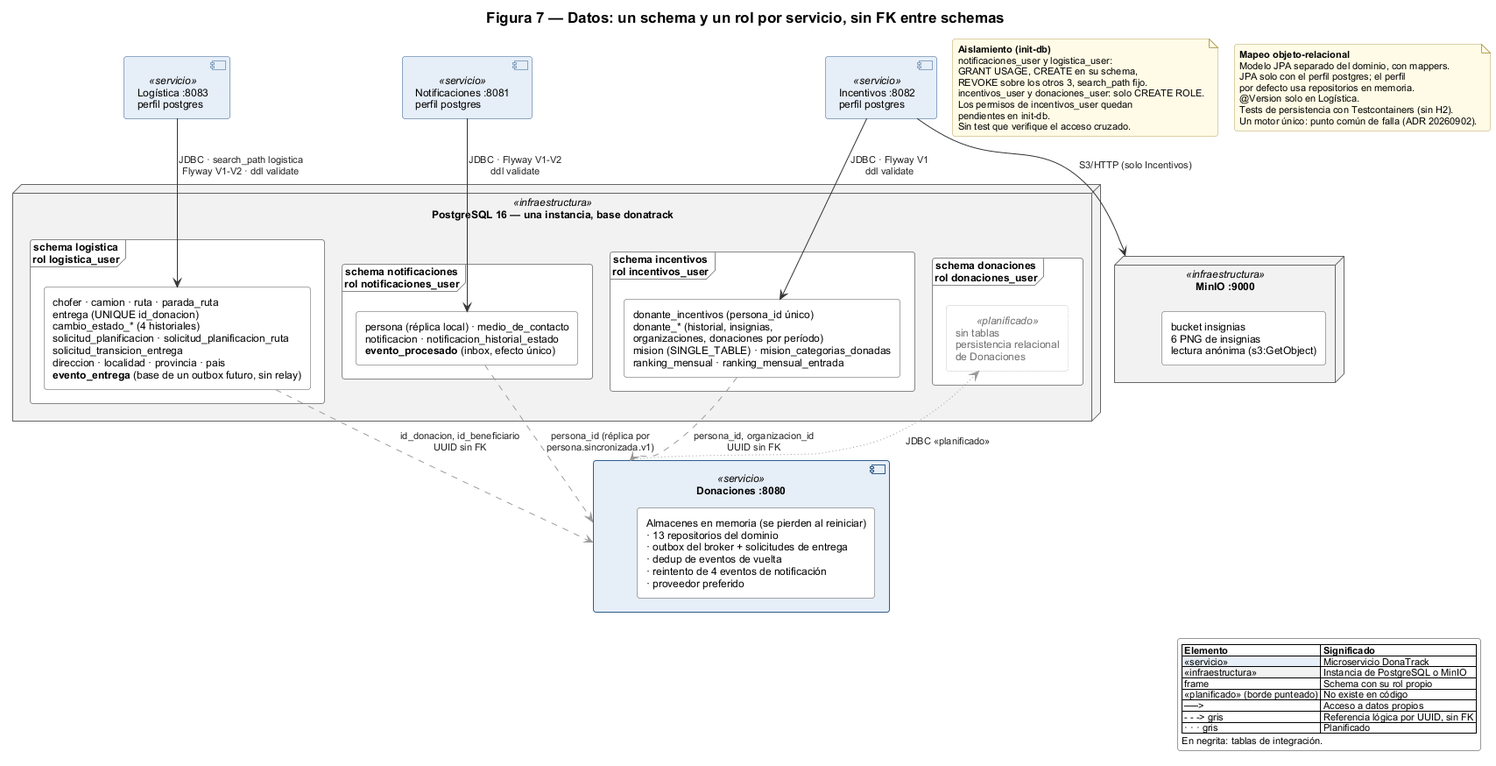
Above: docs/entrega-4/arquitectura/diagramas/07-datos.png in tsorren/DonaTrack-TP-DDS (PlantUML), before the change. The source it was exported from:
```plantuml
@startuml 07-datos
!pragma layout smetana
!include estilo-e4.iuml

title Figura 7 — Datos: un schema y un rol por servicio, sin FK entre schemas

component "Logística :8083\nperfil postgres" as sLog <<servicio>>
component "Incentivos :8082\nperfil postgres" as sInc <<servicio>>
component "Notificaciones :8081\nperfil postgres" as sNot <<servicio>>

component "Donaciones :8080" as sDon <<servicio>> {
  rectangle "Almacenes en memoria (se pierden al reiniciar)\n· 13 repositorios del dominio\n· outbox del broker + solicitudes de entrega\n· dedup de eventos de vuelta\n· reintento de 4 eventos de notificación\n· proveedor preferido" as donMem
}

node "PostgreSQL 16 — una instancia, base donatrack" as pg <<infraestructura>> {
  frame "schema logistica\nrol logistica_user" as schLog {
    rectangle "chofer · camion · ruta · parada_ruta\nentrega (UNIQUE id_donacion)\ncambio_estado_* (4 historiales)\nsolicitud_planificacion · solicitud_planificacion_ruta\nsolicitud_transicion_entrega\ndireccion · localidad · provincia · pais\n**evento_entrega** (base de un outbox futuro, sin relay)" as tLog
  }
  frame "schema incentivos\nrol incentivos_user" as schInc {
    rectangle "donante_incentivos (persona_id único)\ndonante_* (historial, insignias,\norganizaciones, donaciones por período)\nmision (SINGLE_TABLE) · mision_categorias_donadas\nranking_mensual · ranking_mensual_entrada" as tInc
  }
  frame "schema notificaciones\nrol notificaciones_user" as schNot {
    rectangle "persona (réplica local) · medio_de_contacto\nnotificacion · notificacion_historial_estado\n**evento_procesado** (inbox, efecto único)" as tNot
  }
  frame "schema donaciones\nrol donaciones_user" as schDon {
    rectangle "sin tablas\npersistencia relacional\nde Donaciones" as tDon <<planificado>>
  }
}

node "MinIO :9000" as minio <<infraestructura>> {
  rectangle "bucket insignias\n6 PNG de insignias\nlectura anónima (s3:GetObject)" as bucket
}

sLog --> tLog : JDBC · search_path logistica\nFlyway V1-V2 · ddl validate
sInc --> tInc : JDBC · Flyway V1\nddl validate
sNot --> tNot : JDBC · Flyway V1-V2\nddl validate
sDon -[#9A9A9A,dotted]-> tDon : JDBC «planificado»
sInc --> minio : S3/HTTP (solo Incentivos)

tLog -[#9A9A9A,dashed]-> sDon : id_donacion, id_beneficiario\nUUID sin FK
tInc -[#9A9A9A,dashed]-> sDon : persona_id, organizacion_id\nUUID sin FK
tNot -[#9A9A9A,dashed]-> sDon : persona_id (réplica por\npersona.sincronizada.v1)

note as nRoles
  **Aislamiento (init-db)**
  notificaciones_user y logistica_user:
  GRANT USAGE, CREATE en su schema,
  REVOKE sobre los otros 3, search_path fijo.
  incentivos_user y donaciones_user: solo CREATE ROLE.
  Los permisos de incentivos_user quedan
  pendientes en init-db.
  Sin test que verifique el acceso cruzado.
end note

note as nOrm
  **Mapeo objeto-relacional**
  Modelo JPA separado del dominio, con mappers.
  JPA solo con el perfil postgres; el perfil
  por defecto usa repositorios en memoria.
  @Version solo en Logística.
  Tests de persistencia con Testcontainers (sin H2).
  Un motor único: punto común de falla (ADR 20260902).
end note

legend right
  |= Elemento |= Significado |
  |<#E6EEF8> «servicio» | Microservicio DonaTrack |
  |<#F2F2F2> «infraestructura» | Instancia de PostgreSQL o MinIO |
  | frame | Schema con su rol propio |
  |<#FFFFFF> «planificado» (borde punteado) | No existe en código |
  | ──> | Acceso a datos propios |
  | - - -> gris | Referencia lógica por UUID, sin FK |
  | · · · gris | Planificado |
  En negrita: tablas de integración.
endlegend
@enduml
```
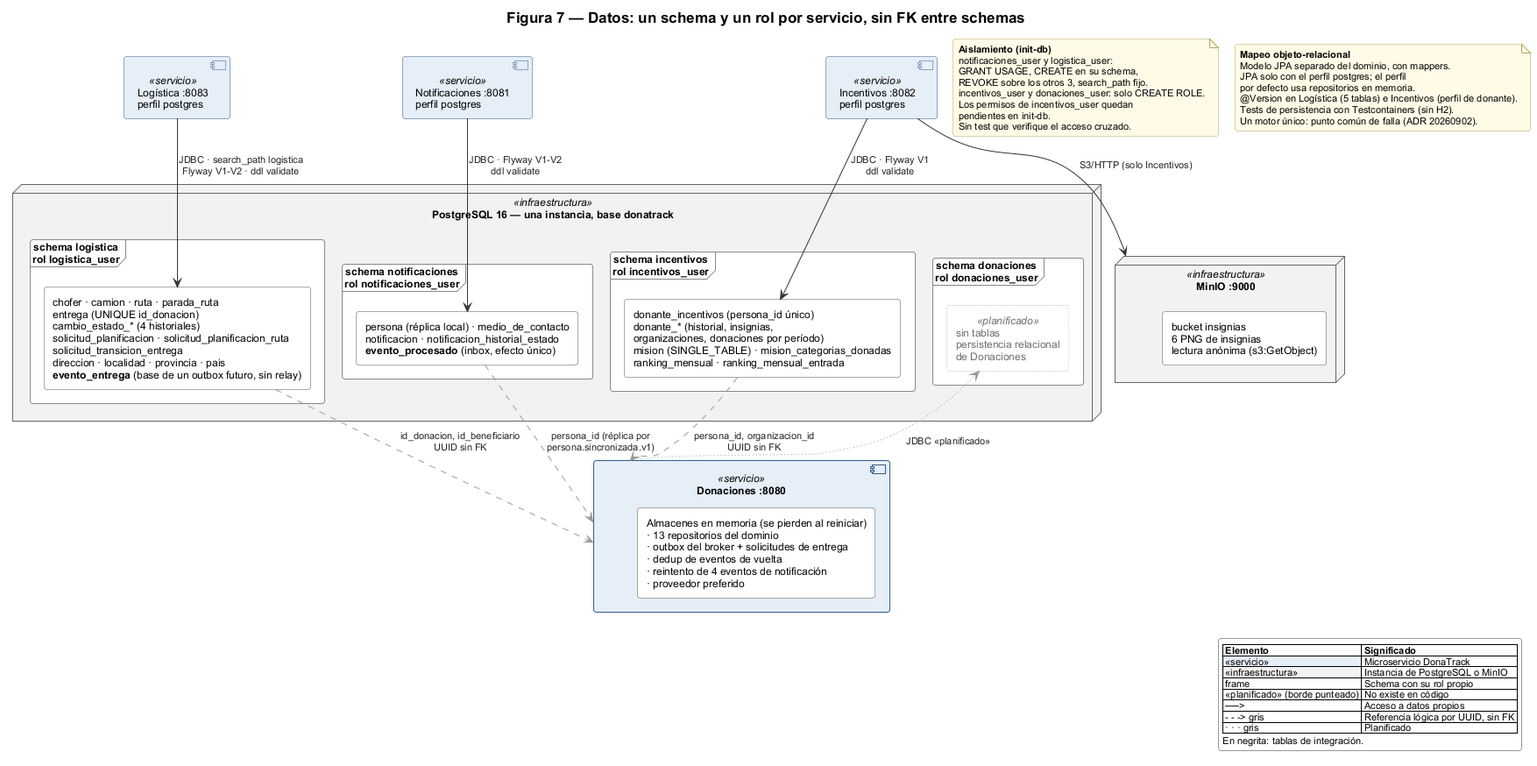
After the commit.

Change to the diagram source:
```diff
@@ -57,7 +57,7 @@
   Modelo JPA separado del dominio, con mappers.
   JPA solo con el perfil postgres; el perfil
   por defecto usa repositorios en memoria.
-  @Version solo en Logística.
+  @Version en Logística (5 tablas) e Incentivos (perfil de donante).
   Tests de persistencia con Testcontainers (sin H2).
   Un motor único: punto común de falla (ADR 20260902).
 end note
```
